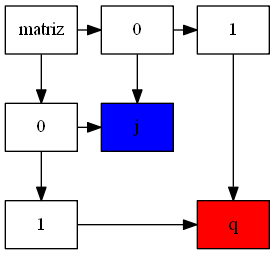
The Graphviz diagram tablero.png in OmarLetona14/EDD_1S2020_PY1_201700377, before a commit. Its source is kept beside it as tablero.dot.
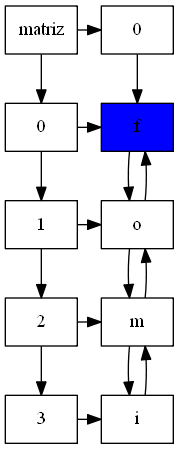
The same diagram one commit later.

What changed in the source:
```diff
@@ -3,21 +3,36 @@
 mt [label= " matriz" group = 0 ];
  x0[label = " 0" group = 0 ];
 x1[label = " 1" group = 0 ];
+x2[label = " 2" group = 0 ];
+x3[label = " 3" group = 0 ];
 mt -> x0
 x0 -> x1
+x1 -> x2
+x2 -> x3
 y0[label = " 0" group = 1 ];
-y1[label = " 1" group = 2 ];
 mt -> y0
-y0 -> y1
-{rank = same; mt; y0;y1;};
-x0y0 [label = " j", style=filled, fillcolor=blue , group = 1 ];
-x1y1 [label = " q", style=filled,fillcolor=red, group = 2 ];
-x0 -> x0y0
-x1 -> x1y1
+{rank = same; mt; y0;};
+x0y0 [label = " f", style=filled, fillcolor=blue , group = 1 ];
+x1y0 [label = " o" group = 1 ];
+x2y0 [label = " m" group = 1 ];
+x3y0 [label = " i" group = 1 ];
+x0y0-> x1y0
+ x1y0-> x2y0
+ x1y0-> x0y0
+ x2y0-> x3y0
+ x2y0-> x1y0
+ x3y0-> x2y0
+ x0 -> x0y0
+x1 -> x1y0
+x2 -> x2y0
+x3 -> x3y0
 y0 -> x0y0
- y1 -> x1y1
  { rank = same; x0; x0y0;
 }
-{ rank = same; x1; x1y1;
+{ rank = same; x1; x1y0;
+}
+{ rank = same; x2; x2y0;
+}
+{ rank = same; x3; x3y0;
 }
 }
```
